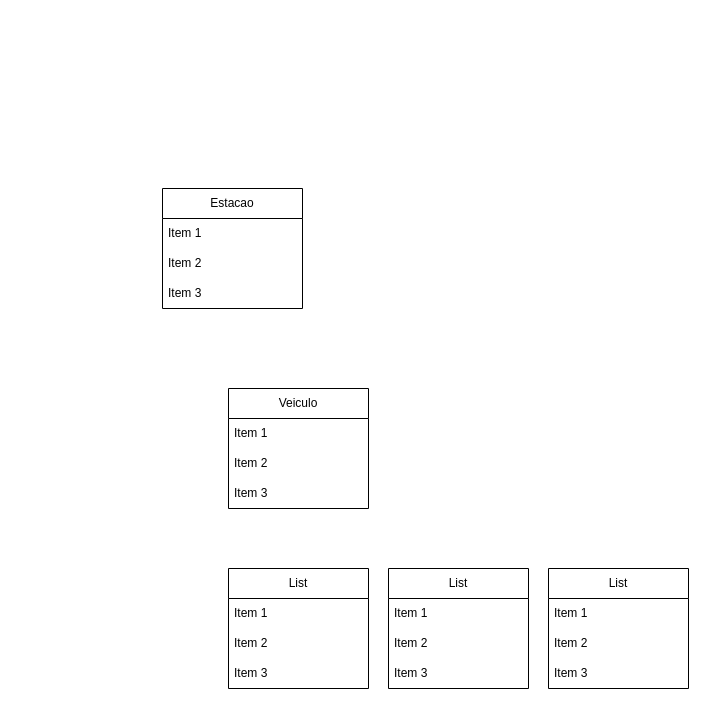
Above: trabalhoPOO.drawio in Seyf3rt/TrabalhoPOO (draw.io), before the change. Source tidied: cells renumbered, new cells numbered last; positions are measured from the earlier drawing's top-left corner, leaving out a move shared by most shapes. Both pictures are drawn from the tidied source at 100%, with x=0, y=0 at pixel (162, 188).
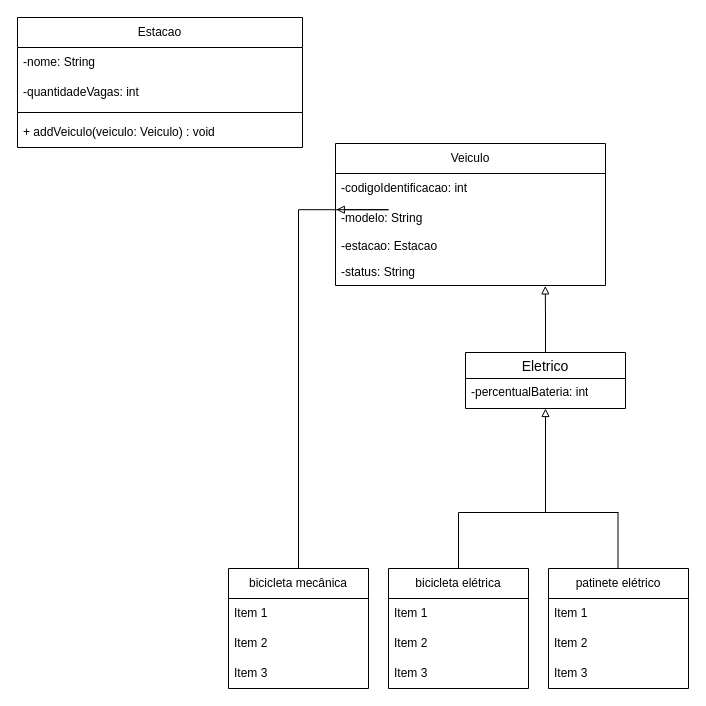
After the change.

Diff of the diagram source:
```diff
@@
     <mxCell id="2" value="Estacao" style="swimlane;fontStyle=0;horizontal=1;startSize=30;whiteSpace=wrap;html=1;" parent="1" vertex="1">
-      <mxGeometry width="140" height="120" as="geometry" />
+      <mxGeometry x="-145" y="-171" width="285" height="130" as="geometry" />
     </mxCell>
-    <mxCell id="3" value="Item 1" style="text;strokeColor=none;fillColor=none;align=left;verticalAlign=middle;spacingLeft=4;spacingRight=4;overflow=hidden;whiteSpace=wrap;html=1;" parent="2" vertex="1">
-      <mxGeometry y="30" width="140" height="30" as="geometry" />
+    <mxCell id="3" value="-nome: String" style="text;strokeColor=none;fillColor=none;align=left;verticalAlign=middle;spacingLeft=4;spacingRight=4;overflow=hidden;whiteSpace=wrap;html=1;" parent="2" vertex="1">
+      <mxGeometry y="30" width="285" height="30" as="geometry" />
     </mxCell>
-    <mxCell id="4" value="Item 2" style="text;strokeColor=none;fillColor=none;align=left;verticalAlign=middle;spacingLeft=4;spacingRight=4;overflow=hidden;whiteSpace=wrap;html=1;" parent="2" vertex="1">
-      <mxGeometry y="60" width="140" height="30" as="geometry" />
+    <mxCell id="4" value="-quantidadeVagas: int" style="text;strokeColor=none;fillColor=none;align=left;verticalAlign=middle;spacingLeft=4;spacingRight=4;overflow=hidden;whiteSpace=wrap;html=1;" parent="2" vertex="1">
+      <mxGeometry y="60" width="285" height="30" as="geometry" />
     </mxCell>
+    <mxCell id="22" style="line;strokeWidth=1;dashed=0;labelPosition=right;align=left;verticalAlign=middle;spacingTop=0;spacingLeft=6;labelPerimeter=1;" parent="2" vertex="1">
+      <mxGeometry y="90" width="285" height="10" as="geometry" />
+    </mxCell>
-    <mxCell id="5" value="Item 3" style="text;strokeColor=none;fillColor=none;align=left;verticalAlign=middle;spacingLeft=4;spacingRight=4;overflow=hidden;whiteSpace=wrap;html=1;" parent="2" vertex="1">
-      <mxGeometry y="90" width="140" height="30" as="geometry" />
+    <mxCell id="5" value="+ addVeiculo(veiculo: Veiculo) : void" style="text;strokeColor=none;fillColor=none;align=left;verticalAlign=middle;spacingLeft=4;spacingRight=4;overflow=hidden;whiteSpace=wrap;html=1;" parent="2" vertex="1">
+      <mxGeometry y="100" width="285" height="30" as="geometry" />
     </mxCell>
     <mxCell id="6" value="Veiculo" style="swimlane;fontStyle=0;horizontal=1;startSize=30;whiteSpace=wrap;html=1;" parent="1" vertex="1">
-      <mxGeometry x="66" y="200" width="140" height="120" as="geometry" />
+      <mxGeometry x="173" y="-45" width="270" height="142" as="geometry" />
     </mxCell>
-    <mxCell id="7" value="Item 1" style="text;strokeColor=none;fillColor=none;align=left;verticalAlign=middle;spacingLeft=4;spacingRight=4;overflow=hidden;whiteSpace=wrap;html=1;" parent="6" vertex="1">
-      <mxGeometry y="30" width="140" height="30" as="geometry" />
+    <mxCell id="7" value="-codigoIdentificacao: int" style="text;strokeColor=none;fillColor=none;align=left;verticalAlign=middle;spacingLeft=4;spacingRight=4;overflow=hidden;whiteSpace=wrap;html=1;" parent="6" vertex="1">
+      <mxGeometry y="30" width="270" height="30" as="geometry" />
     </mxCell>
-    <mxCell id="8" value="Item 2" style="text;strokeColor=none;fillColor=none;align=left;verticalAlign=middle;spacingLeft=4;spacingRight=4;overflow=hidden;points=[[0,0.5],[1,0.5]];portConstraint=eastwest;whiteSpace=wrap;html=1;" parent="6" vertex="1">
-      <mxGeometry y="60" width="140" height="30" as="geometry" />
+    <mxCell id="8" value="-modelo: String" style="text;strokeColor=none;fillColor=none;align=left;verticalAlign=middle;spacingLeft=4;spacingRight=4;overflow=hidden;points=[[0,0.5],[1,0.5]];portConstraint=eastwest;whiteSpace=wrap;html=1;" parent="6" vertex="1">
+      <mxGeometry y="60" width="270" height="30" as="geometry" />
     </mxCell>
-    <mxCell id="9" value="Item 3" style="text;strokeColor=none;fillColor=none;align=left;verticalAlign=middle;spacingLeft=4;spacingRight=4;overflow=hidden;whiteSpace=wrap;html=1;" parent="6" vertex="1">
-      <mxGeometry y="90" width="140" height="30" as="geometry" />
+    <mxCell id="9" value="-estacao: Estacao" style="text;strokeColor=none;fillColor=none;align=left;verticalAlign=middle;spacingLeft=4;spacingRight=4;overflow=hidden;whiteSpace=wrap;html=1;" parent="6" vertex="1">
+      <mxGeometry y="90" width="270" height="26" as="geometry" />
     </mxCell>
+    <mxCell id="23" value="-status: String" style="text;strokeColor=none;fillColor=none;align=left;verticalAlign=middle;spacingLeft=4;spacingRight=4;overflow=hidden;points=[[0,0.5],[1,0.5]];portConstraint=eastwest;whiteSpace=wrap;html=1;" parent="6" vertex="1">
+      <mxGeometry y="116" width="270" height="26" as="geometry" />
+    </mxCell>
+    <mxCell id="24" style="rounded=0;jettySize=auto;html=1;defaultLabelBackgroundColor=page;labelPadding=0 4;endArrow=none;endFill=0;" parent="1" edge="1" source="10">
+      <mxGeometry relative="1" as="geometry">
+        <mxPoint x="296" y="324" as="targetPoint" />
+      </mxGeometry>
+    </mxCell>
-    <mxCell id="10" value="List" style="swimlane;fontStyle=0;horizontal=1;startSize=30;whiteSpace=wrap;html=1;" parent="1" vertex="1">
+    <mxCell id="10" value="bicicleta elétrica" style="swimlane;fontStyle=0;horizontal=1;startSize=30;whiteSpace=wrap;html=1;" parent="1" vertex="1">
       <mxGeometry x="226" y="380" width="140" height="120" as="geometry" />
     </mxCell>
@@
-    <mxCell id="14" value="List" style="swimlane;fontStyle=0;horizontal=1;startSize=30;whiteSpace=wrap;html=1;" parent="1" vertex="1">
+    <mxCell id="14" value="bicicleta mecânica" style="swimlane;fontStyle=0;horizontal=1;startSize=30;whiteSpace=wrap;html=1;" parent="1" vertex="1">
       <mxGeometry x="66" y="380" width="140" height="120" as="geometry" />
     </mxCell>
@@
-    <mxCell id="18" value="List" style="swimlane;fontStyle=0;horizontal=1;startSize=30;whiteSpace=wrap;html=1;" parent="1" vertex="1">
+    <mxCell id="18" value="patinete elétrico" style="swimlane;fontStyle=0;horizontal=1;startSize=30;whiteSpace=wrap;html=1;" parent="1" vertex="1">
       <mxGeometry x="386" y="380" width="140" height="120" as="geometry" />
     </mxCell>
@@
+    <mxCell id="25" style="rounded=0;jettySize=auto;html=1;defaultLabelBackgroundColor=page;labelPadding=0 4;startArrow=block;startFill=0;endArrow=none;endFill=0;fontStyle=2;" parent="1" edge="1" source="27">
+      <mxGeometry relative="1" as="geometry">
+        <mxPoint x="383" y="324.3" as="targetPoint" />
+      </mxGeometry>
+    </mxCell>
+    <mxCell id="26" style="edgeStyle=orthogonalEdgeStyle;rounded=0;jettySize=auto;html=1;defaultLabelBackgroundColor=page;labelPadding=0 4;endArrow=block;endFill=0;entryX=0.777;entryY=1.016;entryDx=0;entryDy=0;entryPerimeter=0;" parent="1" edge="1" source="27" target="23">
+      <mxGeometry x="-0.04" relative="1" as="geometry" />
+    </mxCell>
+    <mxCell id="27" value="Eletrico" style="swimlane;fontStyle=0;horizontal=1;startSize=26;align=center;fontSize=14;" parent="1" vertex="1">
+      <mxGeometry x="303" y="164" width="160" height="56" as="geometry" />
+    </mxCell>
+    <mxCell id="28" value="-percentualBateria: int" style="text;strokeColor=none;fillColor=none;spacingLeft=4;spacingRight=4;overflow=hidden;fontSize=12;whiteSpace=wrap;html=1;" parent="27" vertex="1">
+      <mxGeometry y="26" width="160" height="30" as="geometry" />
+    </mxCell>
+    <mxCell id="29" style="endArrow=none;html=1;rounded=0;defaultLabelBackgroundColor=page;labelPadding=0 4;" parent="1" edge="1">
+      <mxGeometry relative="1" as="geometry">
+        <mxPoint x="296" y="324" as="sourcePoint" />
+        <mxPoint x="456" y="324" as="targetPoint" />
+      </mxGeometry>
+    </mxCell>
+    <mxCell id="30" style="rounded=0;orthogonalLoop=1;jettySize=auto;html=1;defaultLabelBackgroundColor=page;labelPadding=0 4;endArrow=none;endFill=0;" parent="1" edge="1">
+      <mxGeometry relative="1" as="geometry">
+        <mxPoint x="455.5" y="380" as="sourcePoint" />
+        <mxPoint x="455.5" y="324" as="targetPoint" />
+      </mxGeometry>
+    </mxCell>
+    <mxCell id="31" style="edgeStyle=orthogonalEdgeStyle;rounded=0;jettySize=auto;html=1;entryX=0.003;entryY=0.206;entryDx=0;entryDy=0;entryPerimeter=0;defaultLabelBackgroundColor=page;labelPadding=0 4;fontSize=2;strokeWidth=1;endArrow=block;endFill=0;" parent="1" edge="1" source="14" target="8">
+      <mxGeometry relative="1" as="geometry" />
+    </mxCell>
```
